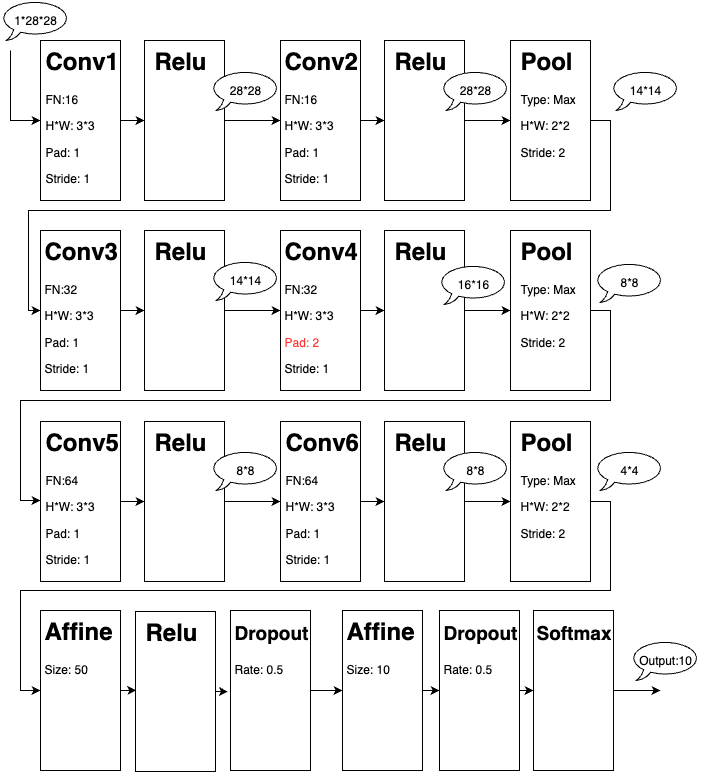
ryotakato/ryotakato.github.io keeps this draw.io diagram as images/2025/08/19/learning_deep_learning_from_zero_09_01.png. Above is the earlier version. Source tidied: cells renumbered, new cells last; positions are measured from the earlier drawing's top-left corner, leaving out a move shared by most shapes.
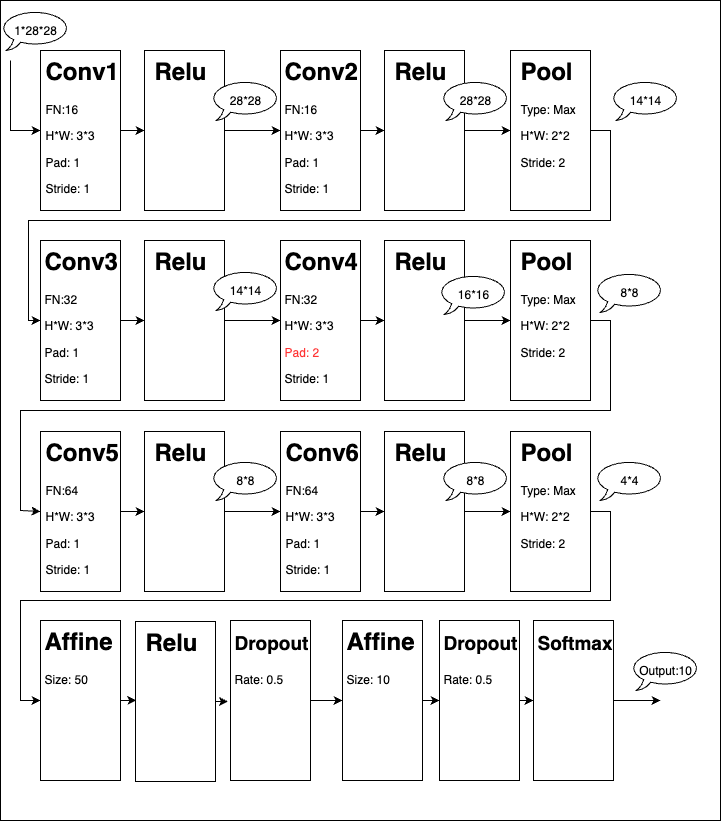
Later version of the same file.

Commit message:
fix escape character

What changed in the source:
```diff
@@ -2,8 +2,11 @@
   <root>
     <mxCell id="0" />
     <mxCell id="1" parent="0" />
+    <mxCell id="98" style="rounded=0;whiteSpace=wrap;html=1;" parent="1" vertex="1">
+      <mxGeometry y="-10" width="720" height="820" as="geometry" />
+    </mxCell>
     <mxCell id="2" style="group;" parent="1" vertex="1">
-      <mxGeometry x="144" y="40" width="80" height="160" as="geometry" />
+      <mxGeometry x="144" y="40" width="572" height="770" as="geometry" />
     </mxCell>
     <mxCell id="3" style="rounded=0;whiteSpace=wrap;html=1;" parent="2" vertex="1">
       <mxGeometry width="80" height="160" as="geometry" />
```
